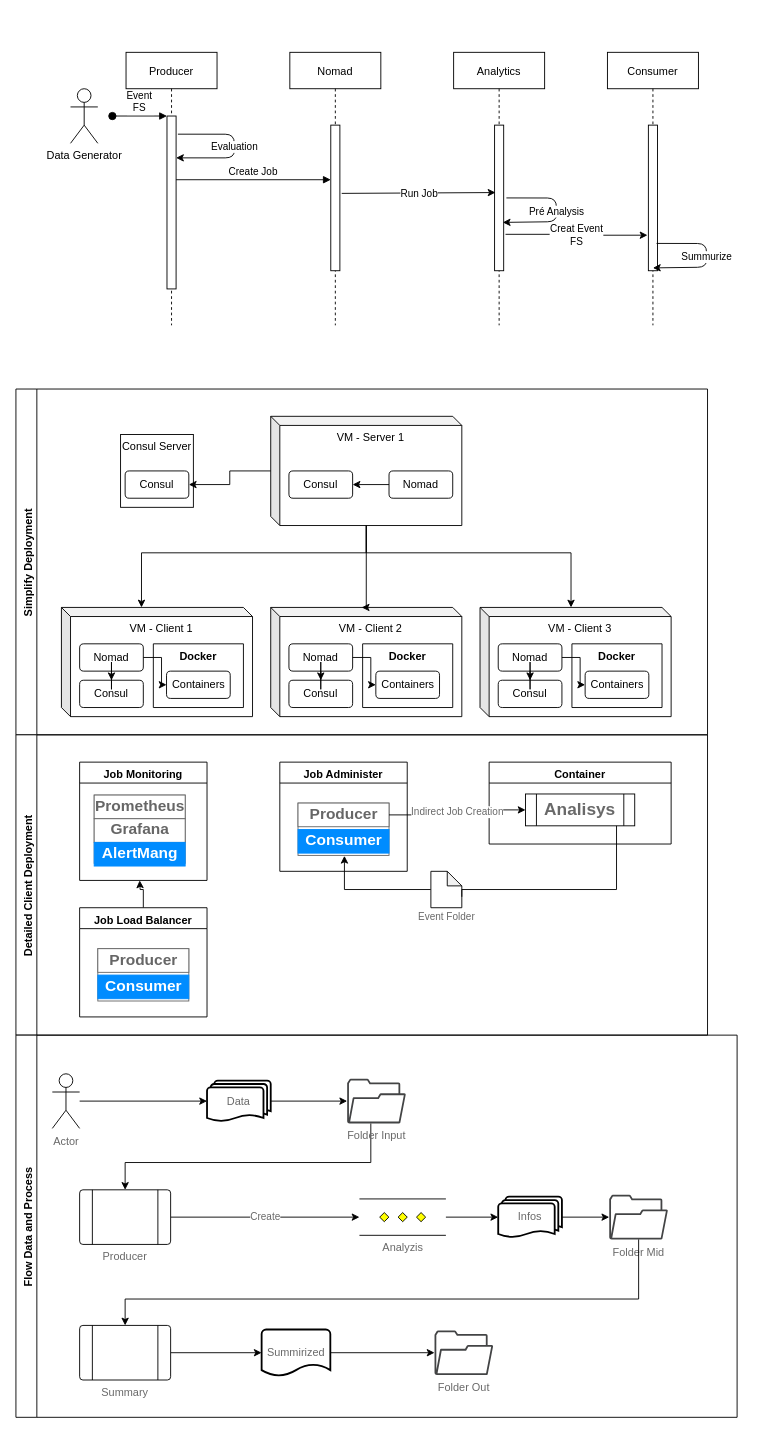
Earlier version of the draw.io diagram NomadAnalyticsDiagram.drawio (felipefrocha/esufmg-multidisc). Source tidied: cells renumbered, new cells numbered last; positions are measured from the earlier drawing's top-left corner, leaving out a move shared by most shapes. Both pictures are drawn from the tidied source at 91%, with x=0, y=0 at pixel (15, 52).
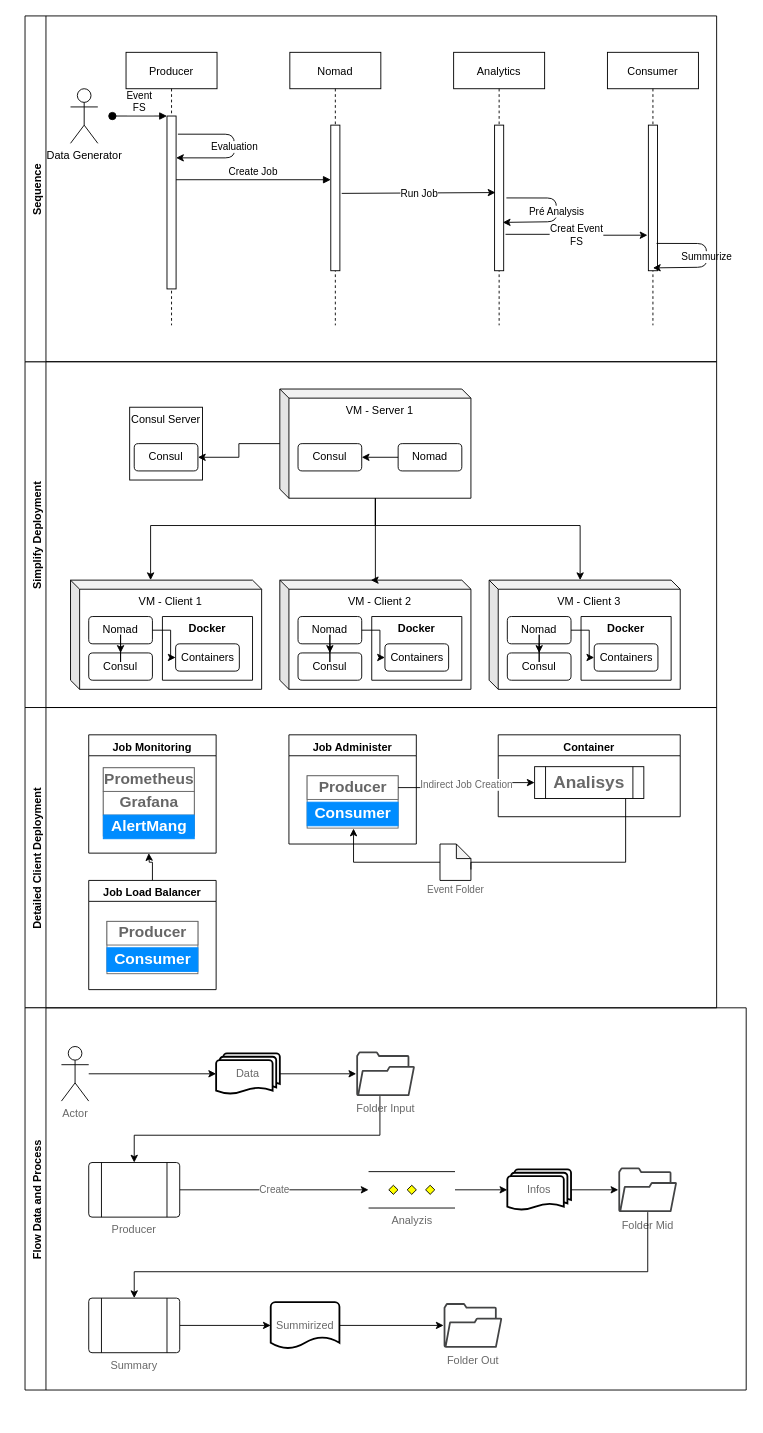
After the change.

The change refers to these unchanged cells:
```xml
<mxCell id="87" value="Folder Mid" style="shadow=0;dashed=0;html=1;strokeColor=none;fillColor=#434445;labelPosition=center;verticalLabelPosition=bottom;verticalAlign=top;align=center;outlineConnect=0;shape=mxgraph.vvd.folder;fontColor=#696969;" parent="76" vertex="1">
  <mxGeometry x="652" y="175.5" width="64.5" height="49" as="geometry" />
</mxCell>
```

What changed in the source:
```diff
@@
     <mxCell id="18" value="Simplify Deployment" style="swimlane;horizontal=0;verticalAlign=top;" parent="1" vertex="1">
-      <mxGeometry y="370" width="760" height="380" as="geometry" />
+      <mxGeometry x="10" y="340" width="760" height="380" as="geometry" />
     </mxCell>
@@
     <mxCell id="55" value="Detailed Client Deployment" style="swimlane;horizontal=0;verticalAlign=top;" parent="1" vertex="1">
-      <mxGeometry y="750" width="760" height="330" as="geometry" />
+      <mxGeometry x="10" y="720" width="760" height="330" as="geometry" />
     </mxCell>
@@
     <mxCell id="76" value="Flow Data and Process" style="swimlane;horizontal=0;verticalAlign=top;" parent="1" vertex="1">
-      <mxGeometry y="1080" width="792.5" height="420" as="geometry" />
+      <mxGeometry x="10" y="1050" width="792.5" height="420" as="geometry" />
     </mxCell>
@@
     <mxCell id="94" value="Summary" style="verticalLabelPosition=bottom;verticalAlign=top;html=1;shape=process;whiteSpace=wrap;rounded=1;size=0.14;arcSize=6;fontColor=#696969;" parent="1" vertex="1">
-      <mxGeometry x="70" y="1399" width="100" height="60" as="geometry" />
+      <mxGeometry x="80" y="1369" width="100" height="60" as="geometry" />
     </mxCell>
     <mxCell id="95" style="edgeStyle=orthogonalEdgeStyle;rounded=0;jettySize=auto;html=1;fontColor=#696969;" parent="1" edge="1" source="87" target="94">
       <mxGeometry relative="1" as="geometry">
         <Array as="points">
-          <mxPoint x="684" y="1370" />
-          <mxPoint x="120" y="1370" />
+          <mxPoint x="694" y="1340" />
+          <mxPoint x="130" y="1340" />
         </Array>
       </mxGeometry>
     </mxCell>
+    <mxCell id="96" value="Sequence" style="swimlane;horizontal=0;verticalAlign=top;" parent="1" vertex="1">
+      <mxGeometry x="10" y="-40" width="760" height="380" as="geometry" />
+    </mxCell>
```
